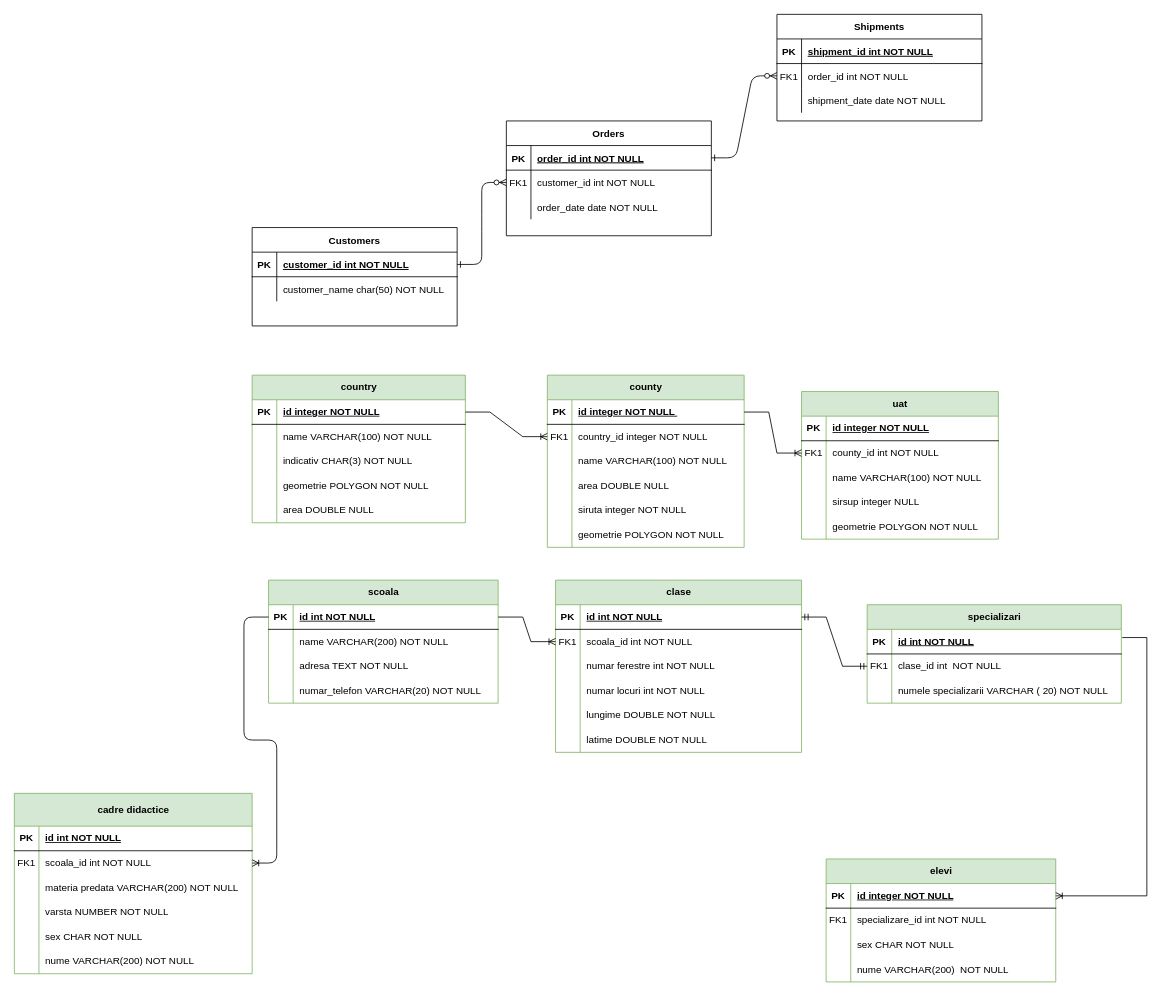
Earlier version of the draw.io diagram Untitled Diagram.drawio (cristian19122001/modelare_db). Source tidied: cells renumbered, new cells numbered last; positions are measured from the earlier drawing's top-left corner, leaving out a move shared by most shapes. Both pictures are drawn from the tidied source at 82%, with x=0, y=0 at pixel (14, 14).
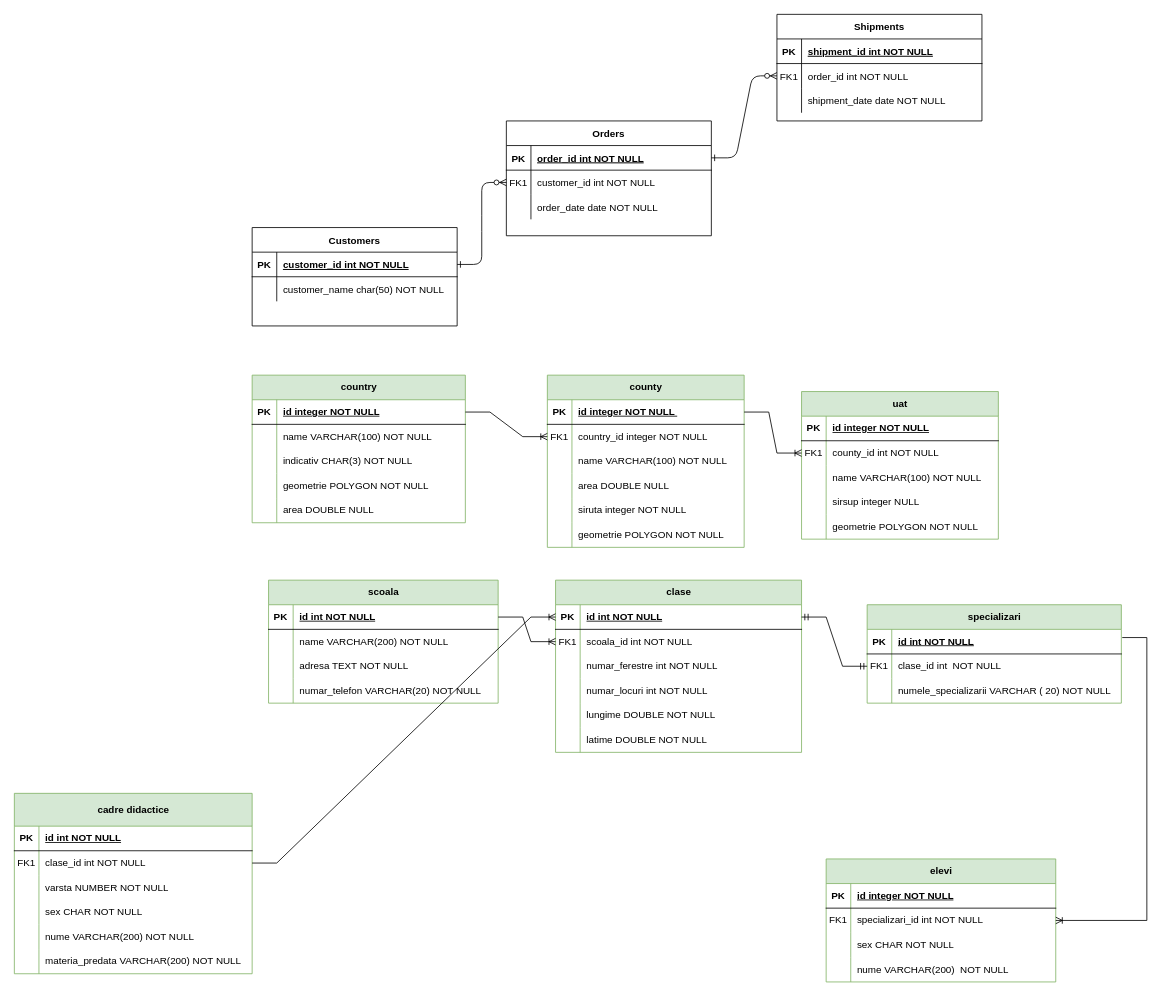
Above is the later version.

The change refers to these unchanged cells:
```xml
<mxCell id="85" style="shape=tableRow;horizontal=0;startSize=0;swimlaneHead=0;swimlaneBody=0;fillColor=none;points=[[0,0.5],[1,0.5]];portConstraint=eastwest;top=0;left=0;right=0;bottom=1;" parent="84" vertex="1">
  <mxGeometry y="30" width="280" height="30" as="geometry" />
</mxCell>
<mxCell id="98" style="shape=tableRow;horizontal=0;startSize=0;swimlaneHead=0;swimlaneBody=0;fillColor=none;points=[[0,0.5],[1,0.5]];portConstraint=eastwest;top=0;left=0;right=0;bottom=1;" parent="97" vertex="1">
  <mxGeometry y="30" width="300" height="30" as="geometry" />
</mxCell>
<mxCell id="104" style="shape=tableRow;horizontal=0;startSize=0;swimlaneHead=0;swimlaneBody=0;fillColor=none;top=0;left=0;right=0;bottom=0;" parent="97" vertex="1">
  <mxGeometry y="90" width="300" height="30" as="geometry" />
</mxCell>
<mxCell id="107" style="shape=tableRow;horizontal=0;startSize=0;swimlaneHead=0;swimlaneBody=0;fillColor=none;top=0;left=0;right=0;bottom=0;" parent="97" vertex="1">
  <mxGeometry y="120" width="300" height="30" as="geometry" />
</mxCell>
<mxCell id="123" style="shape=tableRow;horizontal=0;startSize=0;swimlaneHead=0;swimlaneBody=0;fillColor=none;top=0;left=0;right=0;bottom=0;" parent="116" vertex="1">
  <mxGeometry y="90" width="310" height="30" as="geometry" />
</mxCell>
<mxCell id="126" value="cadre didactice" style="shape=table;startSize=40;childLayout=tableLayout;rowLines=0;fontStyle=1;align=center;html=1;fillColor=#d5e8d4;strokeColor=#82b366;" parent="1" vertex="1">
  <mxGeometry y="950" width="290" height="220" as="geometry" />
</mxCell>
<mxCell id="149" style="shape=tableRow;horizontal=0;startSize=0;swimlaneHead=0;swimlaneBody=0;fillColor=none;points=[[0,0.5],[1,0.5]];portConstraint=eastwest;top=0;left=0;right=0;bottom=1;" parent="148" vertex="1">
  <mxGeometry y="30" width="280" height="30" as="geometry" />
</mxCell>
<mxCell id="152" style="shape=tableRow;horizontal=0;startSize=0;swimlaneHead=0;swimlaneBody=0;fillColor=none;points=[[0,0.5],[1,0.5]];portConstraint=eastwest;top=0;left=0;right=0;bottom=0;" parent="148" vertex="1">
  <mxGeometry y="60" width="280" height="30" as="geometry" />
</mxCell>
```

Change to the diagram source:
```diff
@@
-    <mxCell id="106" value="numar ferestre int NOT NULL" style="shape=partialRectangle;fillColor=none;top=0;left=0;bottom=0;right=0;align=left;spacingLeft=6;overflow=hidden;whiteSpace=wrap;html=1;" parent="104" vertex="1">
+    <mxCell id="106" value="numar_ferestre int NOT NULL" style="shape=partialRectangle;fillColor=none;top=0;left=0;bottom=0;right=0;align=left;spacingLeft=6;overflow=hidden;whiteSpace=wrap;html=1;" parent="104" vertex="1">
       <mxGeometry x="30" width="270" height="30" as="geometry" />
     </mxCell>
@@
-    <mxCell id="109" value="numar locuri int NOT NULL" style="shape=partialRectangle;fillColor=none;top=0;left=0;bottom=0;right=0;align=left;spacingLeft=6;overflow=hidden;whiteSpace=wrap;html=1;" parent="107" vertex="1">
+    <mxCell id="109" value="numar_locuri int NOT NULL" style="shape=partialRectangle;fillColor=none;top=0;left=0;bottom=0;right=0;align=left;spacingLeft=6;overflow=hidden;whiteSpace=wrap;html=1;" parent="107" vertex="1">
       <mxGeometry x="30" width="270" height="30" as="geometry" />
     </mxCell>
@@
-    <mxCell id="125" value="numele specializarii VARCHAR ( 20) NOT NULL" style="shape=partialRectangle;fillColor=none;top=0;left=0;bottom=0;right=0;align=left;spacingLeft=6;overflow=hidden;whiteSpace=wrap;html=1;" parent="123" vertex="1">
+    <mxCell id="125" value="numele_specializarii VARCHAR ( 20) NOT NULL" style="shape=partialRectangle;fillColor=none;top=0;left=0;bottom=0;right=0;align=left;spacingLeft=6;overflow=hidden;whiteSpace=wrap;html=1;" parent="123" vertex="1">
       <mxGeometry x="30" width="280" height="30" as="geometry" />
     </mxCell>
@@
-    <mxCell id="130" style="shape=tableRow;horizontal=0;startSize=0;swimlaneHead=0;swimlaneBody=0;fillColor=none;points=[[0,0.5],[1,0.5]];portConstraint=eastwest;top=0;left=0;right=0;bottom=0;" parent="126" vertex="1">
-      <mxGeometry y="70" width="290" height="30" as="geometry" />
-    </mxCell>
-    <mxCell id="131" value="FK1" style="shape=partialRectangle;fillColor=none;top=0;left=0;bottom=0;right=0;overflow=hidden;whiteSpace=wrap;html=1;" parent="130" vertex="1">
-      <mxGeometry width="30" height="30" as="geometry" />
-    </mxCell>
-    <mxCell id="132" value="scoala_id int NOT NULL" style="shape=partialRectangle;fillColor=none;top=0;left=0;bottom=0;right=0;align=left;spacingLeft=6;overflow=hidden;whiteSpace=wrap;html=1;" parent="130" vertex="1">
-      <mxGeometry x="30" width="260" height="30" as="geometry" />
-    </mxCell>
     <mxCell id="133" style="shape=tableRow;horizontal=0;startSize=0;swimlaneHead=0;swimlaneBody=0;fillColor=none;points=[[0,0.5],[1,0.5]];portConstraint=eastwest;top=0;left=0;right=0;bottom=0;" parent="126" vertex="1">
-      <mxGeometry y="100" width="290" height="30" as="geometry" />
+      <mxGeometry y="70" width="290" height="30" as="geometry" />
     </mxCell>
-    <mxCell id="134" style="shape=partialRectangle;fillColor=none;top=0;left=0;bottom=0;right=0;overflow=hidden;whiteSpace=wrap;html=1;" parent="133" vertex="1">
+    <mxCell id="134" value="FK1" style="shape=partialRectangle;fillColor=none;top=0;left=0;bottom=0;right=0;overflow=hidden;whiteSpace=wrap;html=1;" parent="133" vertex="1">
       <mxGeometry width="30" height="30" as="geometry" />
     </mxCell>
-    <mxCell id="135" value="materia predata VARCHAR(200) NOT NULL" style="shape=partialRectangle;fillColor=none;top=0;left=0;bottom=0;right=0;align=left;spacingLeft=6;overflow=hidden;whiteSpace=wrap;html=1;" parent="133" vertex="1">
+    <mxCell id="135" value="clase_id int NOT NULL" style="shape=partialRectangle;fillColor=none;top=0;left=0;bottom=0;right=0;align=left;spacingLeft=6;overflow=hidden;whiteSpace=wrap;html=1;" parent="133" vertex="1">
       <mxGeometry x="30" width="260" height="30" as="geometry" />
     </mxCell>
     <mxCell id="136" style="shape=tableRow;horizontal=0;startSize=0;swimlaneHead=0;swimlaneBody=0;fillColor=none;top=0;left=0;right=0;bottom=0;" parent="126" vertex="1">
-      <mxGeometry y="130" width="290" height="30" as="geometry" />
+      <mxGeometry y="100" width="290" height="30" as="geometry" />
     </mxCell>
@@
     <mxCell id="139" style="shape=tableRow;horizontal=0;startSize=0;swimlaneHead=0;swimlaneBody=0;fillColor=none;top=0;left=0;right=0;bottom=0;" parent="126" vertex="1">
-      <mxGeometry y="160" width="290" height="30" as="geometry" />
+      <mxGeometry y="130" width="290" height="30" as="geometry" />
     </mxCell>
@@
     <mxCell id="142" style="shape=tableRow;horizontal=0;startSize=0;swimlaneHead=0;swimlaneBody=0;fillColor=none;top=0;left=0;right=0;bottom=0;" parent="126" vertex="1">
-      <mxGeometry y="190" width="290" height="30" as="geometry" />
+      <mxGeometry y="160" width="290" height="30" as="geometry" />
     </mxCell>
@@
+    <mxCell id="162" style="shape=tableRow;horizontal=0;startSize=0;swimlaneHead=0;swimlaneBody=0;fillColor=none;top=0;left=0;right=0;bottom=0;" parent="126" vertex="1">
+      <mxGeometry y="190" width="290" height="30" as="geometry" />
+    </mxCell>
+    <mxCell id="163" style="shape=partialRectangle;fillColor=none;top=0;left=0;bottom=0;right=0;overflow=hidden;whiteSpace=wrap;html=1;" parent="162" vertex="1">
+      <mxGeometry width="30" height="30" as="geometry" />
+    </mxCell>
+    <mxCell id="164" value="materia_predata VARCHAR(200) NOT NULL" style="shape=partialRectangle;fillColor=none;top=0;left=0;bottom=0;right=0;align=left;spacingLeft=6;overflow=hidden;whiteSpace=wrap;html=1;" parent="162" vertex="1">
+      <mxGeometry x="30" width="260" height="30" as="geometry" />
+    </mxCell>
@@
-    <mxCell id="147" style="edgeStyle=entityRelationEdgeStyle;fontSize=12;html=1;endArrow=ERoneToMany;rounded=1;exitX=0;exitY=0.5;exitDx=0;exitDy=0;entryX=1;entryY=0.5;entryDx=0;entryDy=0;" parent="1" edge="1" source="85" target="130">
-      <mxGeometry relative="1" as="geometry">
-        <Array as="points">
-          <mxPoint x="260" y="810" />
-        </Array>
-      </mxGeometry>
-    </mxCell>
@@
-    <mxCell id="154" value="specializare_id int NOT NULL" style="shape=partialRectangle;fillColor=none;top=0;left=0;bottom=0;right=0;align=left;spacingLeft=6;overflow=hidden;whiteSpace=wrap;html=1;" parent="152" vertex="1">
+    <mxCell id="154" value="specializari_id int NOT NULL" style="shape=partialRectangle;fillColor=none;top=0;left=0;bottom=0;right=0;align=left;spacingLeft=6;overflow=hidden;whiteSpace=wrap;html=1;" parent="152" vertex="1">
       <mxGeometry x="30" width="250" height="30" as="geometry" />
     </mxCell>
@@
-    <mxCell id="161" style="edgeStyle=entityRelationEdgeStyle;fontSize=12;html=1;endArrow=ERoneToMany;rounded=0;entryX=1;entryY=0.5;entryDx=0;entryDy=0;" parent="1" edge="1" target="149">
+    <mxCell id="161" style="edgeStyle=entityRelationEdgeStyle;fontSize=12;html=1;endArrow=ERoneToMany;rounded=0;entryX=1;entryY=0.5;entryDx=0;entryDy=0;" parent="1" edge="1" target="152">
       <mxGeometry relative="1" as="geometry">
         <mxPoint x="1351.1" y="760" as="sourcePoint" />
         <Array as="points">
           <mxPoint x="700" y="1000" />
         </Array>
       </mxGeometry>
     </mxCell>
+    <mxCell id="165" style="edgeStyle=entityRelationEdgeStyle;fontSize=12;html=1;endArrow=ERoneToMany;rounded=0;exitX=1;exitY=0.5;exitDx=0;exitDy=0;entryX=0;entryY=0.5;entryDx=0;entryDy=0;" parent="1" edge="1" source="133" target="98">
+      <mxGeometry relative="1" as="geometry" />
+    </mxCell>
```
